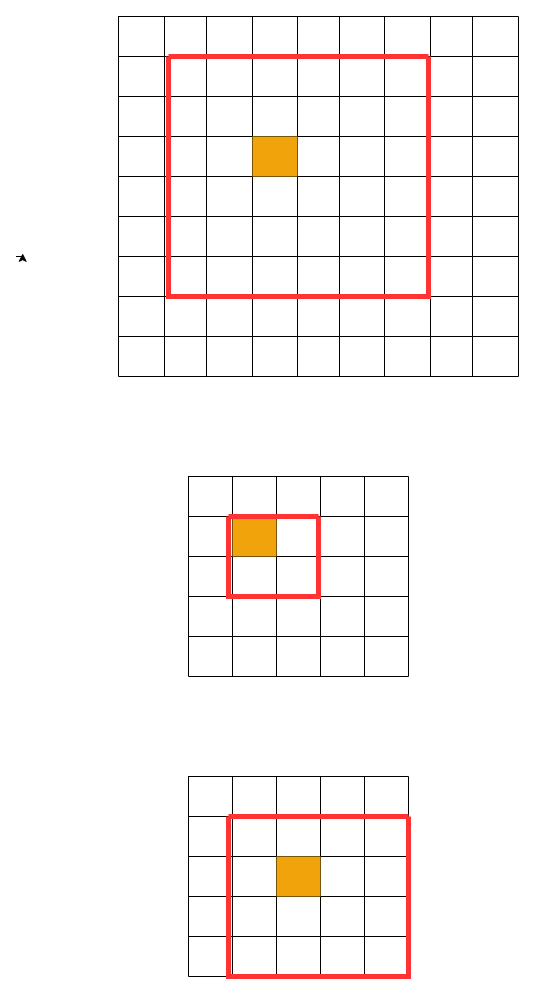
HWWH123/Padavan-build keeps this draw.io diagram as Untitled Diagram.drawio. Above is the earlier version. Source tidied: cells renumbered, new cells numbered last; positions are measured from the earlier drawing's top-left corner, leaving out a move shared by most shapes. Both pictures are drawn from the tidied source at 100%, with x=0, y=0 at pixel (16, 16).
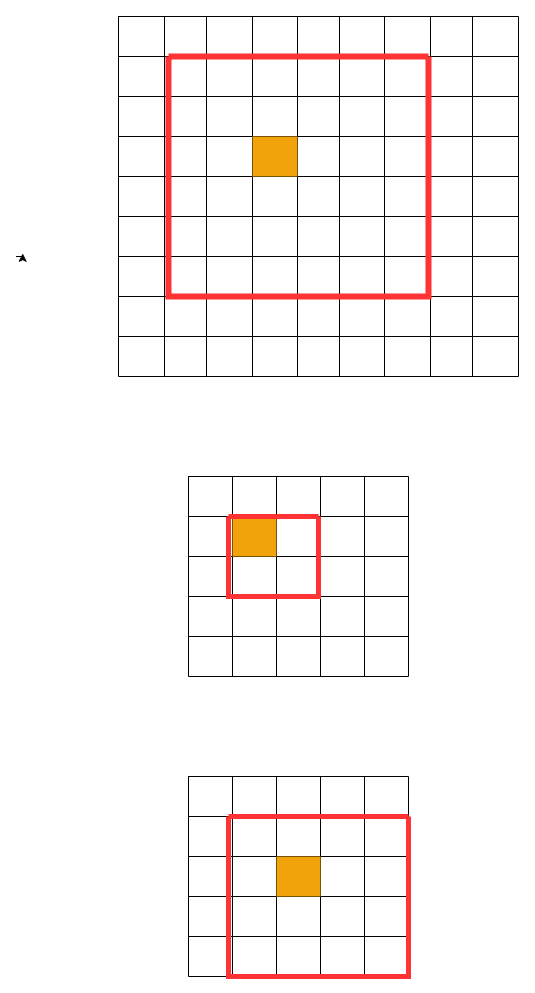
Above is the later version.

Change to the diagram source:
```diff
@@
-    <mxCell id="158" style="swimlane;startSize=0;strokeColor=#FF3333;strokeWidth=5;fillColor=#FF3333;" parent="1" vertex="1">
+    <mxCell id="158" style="swimlane;startSize=0;strokeColor=#FF3333;strokeWidth=6;fillColor=#FF3333;" parent="1" vertex="1">
       <mxGeometry x="152" y="40" width="260" height="240" as="geometry" />
     </mxCell>
```
